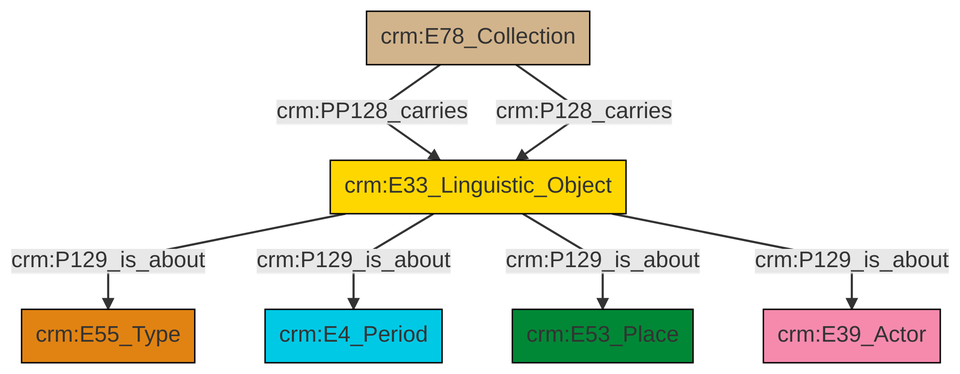
This is et/archivalCSV/ttl/mmd/png/archival_aboutness.png from swiss-art-research-net/docs.swissartresearch, a Mermaid export, as it was before one commit. Its source is kept beside it as et/archivalCSV/ttl/mmd/archival_aboutness.ttl.mmd.
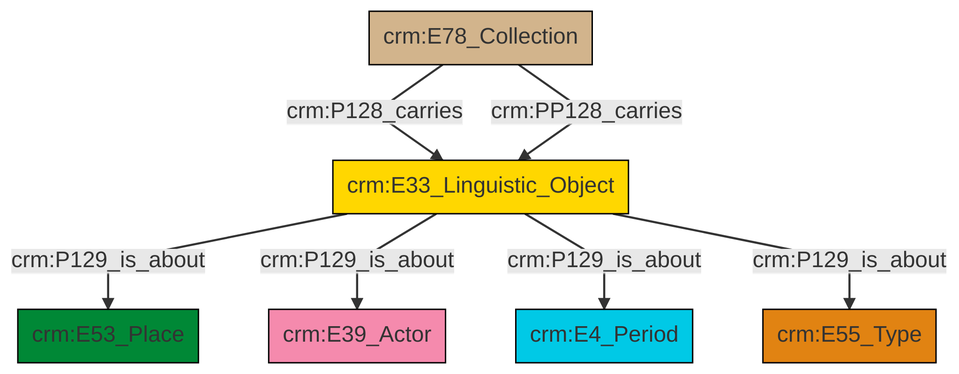
After the commit.

What changed in the source:
```diff
@@ -13,9 +13,9 @@
 classDef PC_Classes fill:#4ce600, stroke:#000000;
 classDef Multi fill:#cccccc,stroke:#000000;
 
-2["crm:E78_Collection"]:::Physical_Thing -->|crm:PP128_carries| 3["crm:E33_Linguistic_Object"]:::Conceptual_Object
-2["crm:E78_Collection"]:::Physical_Thing -->|crm:P128_carries| 3["crm:E33_Linguistic_Object"]:::Conceptual_Object
-3["crm:E33_Linguistic_Object"]:::Conceptual_Object -->|crm:P129_is_about| 5["crm:E55_Type"]:::Type
-3["crm:E33_Linguistic_Object"]:::Conceptual_Object -->|crm:P129_is_about| 6["crm:E4_Period"]:::Temporal_Entity
-3["crm:E33_Linguistic_Object"]:::Conceptual_Object -->|crm:P129_is_about| 7["crm:E53_Place"]:::Place
-3["crm:E33_Linguistic_Object"]:::Conceptual_Object -->|crm:P129_is_about| 0["crm:E39_Actor"]:::Actor
+4["crm:E78_Collection"]:::Physical_Thing -->|crm:P128_carries| 2["crm:E33_Linguistic_Object"]:::Conceptual_Object
+2["crm:E33_Linguistic_Object"]:::Conceptual_Object -->|crm:P129_is_about| 5["crm:E53_Place"]:::Place
+2["crm:E33_Linguistic_Object"]:::Conceptual_Object -->|crm:P129_is_about| 7["crm:E39_Actor"]:::Actor
+2["crm:E33_Linguistic_Object"]:::Conceptual_Object -->|crm:P129_is_about| 0["crm:E4_Period"]:::Temporal_Entity
+2["crm:E33_Linguistic_Object"]:::Conceptual_Object -->|crm:P129_is_about| 9["crm:E55_Type"]:::Type
+4["crm:E78_Collection"]:::Physical_Thing -->|crm:PP128_carries| 2["crm:E33_Linguistic_Object"]:::Conceptual_Object
```
